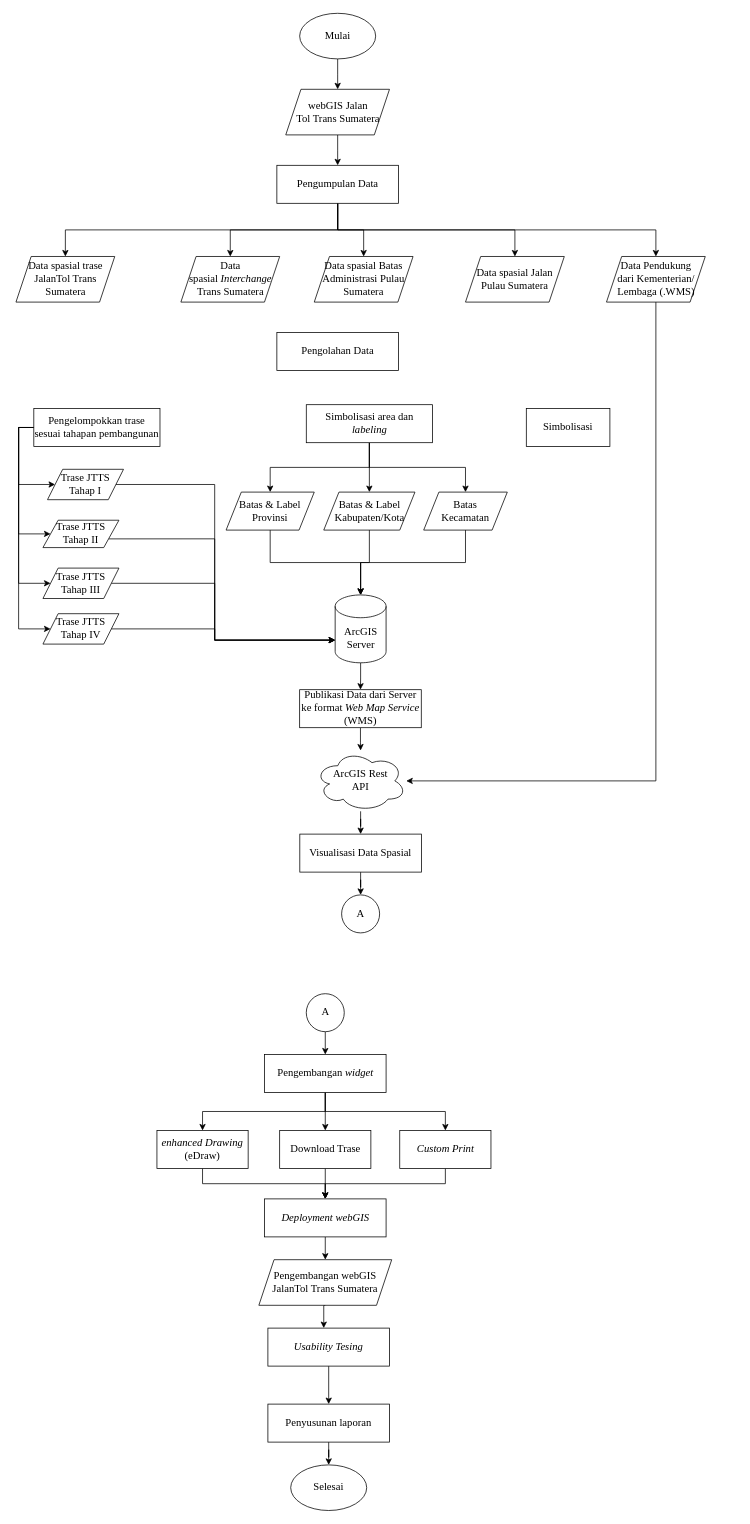
dhanyyudi/filediagramalir keeps this draw.io diagram as proposal PA Dhany Rev-2.drawio. Above is the earlier version. Source tidied: cells renumbered, new cells numbered last; positions are measured from the earlier drawing's top-left corner, leaving out a move shared by most shapes. Both pictures are drawn from the tidied source at 76%, with x=0, y=0 at pixel (15, 13).
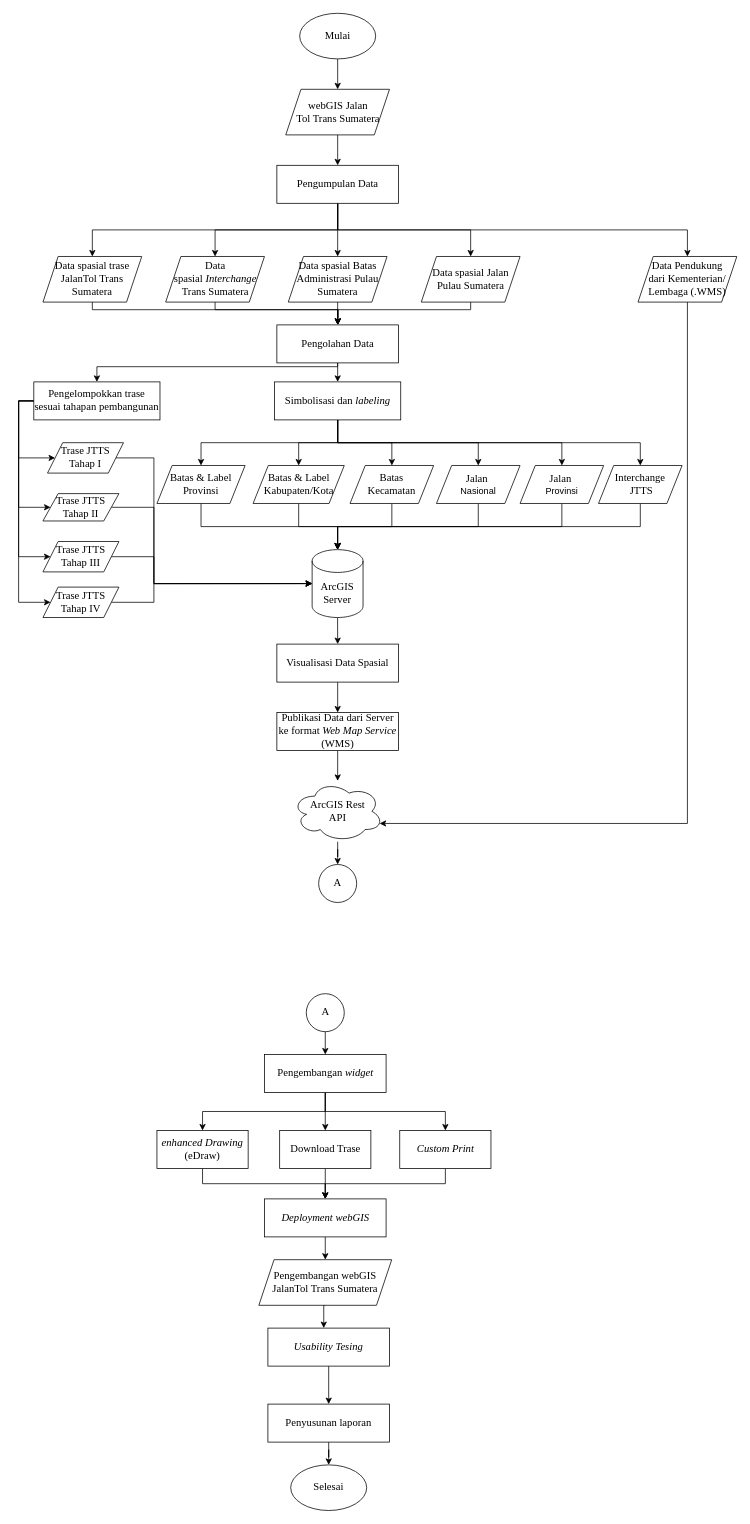
The same diagram, later.

The edit, as a diff of the source:
```diff
@@
+    <mxCell id="74" style="edgeStyle=orthogonalEdgeStyle;rounded=0;jettySize=auto;html=1;exitX=0.5;exitY=1;exitDx=0;exitDy=0;entryX=0.5;entryY=0;entryDx=0;entryDy=0;" parent="1" edge="1" source="10" target="42">
+      <mxGeometry relative="1" as="geometry" />
+    </mxCell>
+    <mxCell id="75" style="edgeStyle=orthogonalEdgeStyle;rounded=0;jettySize=auto;html=1;exitX=0.5;exitY=1;exitDx=0;exitDy=0;" parent="1" edge="1" source="10" target="38">
+      <mxGeometry relative="1" as="geometry">
+        <Array as="points">
+          <mxPoint x="424" y="465" />
+          <mxPoint x="107" y="465" />
+        </Array>
+      </mxGeometry>
+    </mxCell>
     <mxCell id="10" value="&lt;font style=&quot;font-size: 14px;&quot;&gt;Pengolahan Data&lt;/font&gt;" style="rounded=0;whiteSpace=wrap;html=1;fontFamily=Times New Roman;" parent="1" vertex="1">
-      <mxGeometry x="343.8" y="420" width="160" height="50" as="geometry" />
+      <mxGeometry x="343.8" y="410" width="160" height="50" as="geometry" />
     </mxCell>
-    <mxCell id="11" style="edgeStyle=orthogonalEdgeStyle;rounded=0;jettySize=auto;html=1;" parent="1" edge="1" source="12" target="62">
-      <mxGeometry relative="1" as="geometry" />
-    </mxCell>
-    <mxCell id="12" value="&lt;font style=&quot;font-size: 14px;&quot;&gt;Publikasi Data dari Server ke format &lt;i&gt;Web Map Service&lt;/i&gt; (WMS)&lt;/font&gt;" style="rounded=0;whiteSpace=wrap;html=1;fontFamily=Times New Roman;" parent="1" vertex="1">
-      <mxGeometry x="373.8" y="890" width="160" height="50" as="geometry" />
-    </mxCell>
-    <mxCell id="13" style="edgeStyle=orthogonalEdgeStyle;rounded=0;jettySize=auto;html=1;exitX=0.5;exitY=1;exitDx=0;exitDy=0;exitPerimeter=0;" parent="1" edge="1" source="14" target="12">
-      <mxGeometry relative="1" as="geometry" />
-    </mxCell>
+    <mxCell id="76" style="edgeStyle=orthogonalEdgeStyle;rounded=0;jettySize=auto;html=1;exitX=0.5;exitY=1;exitDx=0;exitDy=0;exitPerimeter=0;entryX=0.5;entryY=0;entryDx=0;entryDy=0;" parent="1" edge="1" source="14" target="27">
+      <mxGeometry relative="1" as="geometry" />
+    </mxCell>
     <mxCell id="14" value="&lt;font face=&quot;Times New Roman&quot; style=&quot;font-size: 14px;&quot;&gt;ArcGIS Server&lt;/font&gt;" style="shape=cylinder3;whiteSpace=wrap;html=1;boundedLbl=1;backgroundOutline=1;size=15;" parent="1" vertex="1">
-      <mxGeometry x="420.5" y="765.3" width="67" height="89.3" as="geometry" />
+      <mxGeometry x="390.2" y="705.7" width="67" height="89.3" as="geometry" />
     </mxCell>
+    <mxCell id="77" style="edgeStyle=orthogonalEdgeStyle;rounded=0;jettySize=auto;html=1;exitX=0.5;exitY=1;exitDx=0;exitDy=0;" parent="1" edge="1" source="15" target="10">
+      <mxGeometry relative="1" as="geometry">
+        <Array as="points">
+          <mxPoint x="101" y="390" />
+          <mxPoint x="424" y="390" />
+        </Array>
+      </mxGeometry>
+    </mxCell>
     <mxCell id="15" value="&lt;font face=&quot;Times New Roman&quot; style=&quot;font-size: 14px;&quot;&gt;Data spasial trase JalanTol Trans &lt;br&gt;Sumatera&lt;/font&gt;" style="shape=parallelogram;perimeter=parallelogramPerimeter;whiteSpace=wrap;html=1;fixedSize=1;" parent="1" vertex="1">
-      <mxGeometry x="0.5" y="320" width="130" height="60" as="geometry" />
+      <mxGeometry x="36" y="320" width="130" height="60" as="geometry" />
     </mxCell>
-    <mxCell id="16" style="edgeStyle=orthogonalEdgeStyle;rounded=0;jettySize=auto;html=1;exitX=1;exitY=0.5;exitDx=0;exitDy=0;entryX=0;entryY=0;entryDx=0;entryDy=59.4975;entryPerimeter=0;" parent="1" edge="1" source="17" target="14">
+    <mxCell id="16" style="edgeStyle=orthogonalEdgeStyle;rounded=0;jettySize=auto;html=1;exitX=1;exitY=0.5;exitDx=0;exitDy=0;entryX=0;entryY=0.5;entryDx=0;entryDy=0;entryPerimeter=0;" parent="1" edge="1" source="17" target="14">
       <mxGeometry relative="1" as="geometry">
         <Array as="points">
-          <mxPoint x="262" y="620" />
-          <mxPoint x="262" y="825" />
+          <mxPoint x="182" y="585" />
+          <mxPoint x="182" y="750" />
         </Array>
       </mxGeometry>
     </mxCell>
     <mxCell id="17" value="&lt;font face=&quot;Times New Roman&quot;&gt;&lt;span style=&quot;font-size: 14px;&quot;&gt;Trase JTTS Tahap I&lt;/span&gt;&lt;/font&gt;" style="shape=parallelogram;perimeter=parallelogramPerimeter;whiteSpace=wrap;html=1;fixedSize=1;" parent="1" vertex="1">
-      <mxGeometry x="42" y="600" width="100" height="40" as="geometry" />
+      <mxGeometry x="42" y="565" width="100" height="40" as="geometry" />
     </mxCell>
-    <mxCell id="18" style="edgeStyle=orthogonalEdgeStyle;rounded=0;jettySize=auto;html=1;exitX=1;exitY=0.75;exitDx=0;exitDy=0;entryX=0;entryY=0;entryDx=0;entryDy=59.4975;entryPerimeter=0;" parent="1" edge="1" source="19" target="14">
+    <mxCell id="18" style="edgeStyle=orthogonalEdgeStyle;rounded=0;jettySize=auto;html=1;exitX=1;exitY=0.5;exitDx=0;exitDy=0;entryX=0;entryY=0.5;entryDx=0;entryDy=0;entryPerimeter=0;" parent="1" edge="1" source="19" target="14">
       <mxGeometry relative="1" as="geometry">
         <Array as="points">
-          <mxPoint x="262" y="692" />
-          <mxPoint x="262" y="825" />
+          <mxPoint x="182" y="650" />
+          <mxPoint x="182" y="750" />
         </Array>
       </mxGeometry>
     </mxCell>
     <mxCell id="19" value="&lt;font face=&quot;Times New Roman&quot;&gt;&lt;span style=&quot;font-size: 14px;&quot;&gt;Trase JTTS Tahap II&lt;/span&gt;&lt;/font&gt;" style="shape=parallelogram;perimeter=parallelogramPerimeter;whiteSpace=wrap;html=1;fixedSize=1;" parent="1" vertex="1">
-      <mxGeometry x="36" y="667" width="100" height="36" as="geometry" />
+      <mxGeometry x="36" y="632" width="100" height="36" as="geometry" />
     </mxCell>
-    <mxCell id="20" style="edgeStyle=orthogonalEdgeStyle;rounded=0;jettySize=auto;html=1;exitX=1;exitY=0.5;exitDx=0;exitDy=0;entryX=0;entryY=0;entryDx=0;entryDy=59.4975;entryPerimeter=0;" parent="1" edge="1" source="21" target="14">
+    <mxCell id="20" style="edgeStyle=orthogonalEdgeStyle;rounded=0;jettySize=auto;html=1;exitX=1;exitY=0.5;exitDx=0;exitDy=0;entryX=0;entryY=0.5;entryDx=0;entryDy=0;entryPerimeter=0;" parent="1" edge="1" source="21" target="14">
       <mxGeometry relative="1" as="geometry">
         <Array as="points">
-          <mxPoint x="262" y="750" />
-          <mxPoint x="262" y="825" />
+          <mxPoint x="182" y="715" />
+          <mxPoint x="182" y="750" />
         </Array>
       </mxGeometry>
     </mxCell>
     <mxCell id="21" value="&lt;font face=&quot;Times New Roman&quot;&gt;&lt;span style=&quot;font-size: 14px;&quot;&gt;Trase JTTS Tahap III&lt;/span&gt;&lt;/font&gt;" style="shape=parallelogram;perimeter=parallelogramPerimeter;whiteSpace=wrap;html=1;fixedSize=1;" parent="1" vertex="1">
-      <mxGeometry x="36" y="730" width="100" height="40" as="geometry" />
+      <mxGeometry x="36" y="695" width="100" height="40" as="geometry" />
     </mxCell>
-    <mxCell id="22" style="edgeStyle=orthogonalEdgeStyle;rounded=0;jettySize=auto;html=1;exitX=1;exitY=0.5;exitDx=0;exitDy=0;entryX=0;entryY=0;entryDx=0;entryDy=59.4975;entryPerimeter=0;" parent="1" edge="1" source="23" target="14">
+    <mxCell id="22" style="edgeStyle=orthogonalEdgeStyle;rounded=0;jettySize=auto;html=1;exitX=1;exitY=0.5;exitDx=0;exitDy=0;entryX=0;entryY=0.5;entryDx=0;entryDy=0;entryPerimeter=0;" parent="1" edge="1" source="23" target="14">
       <mxGeometry relative="1" as="geometry">
         <Array as="points">
-          <mxPoint x="262" y="810" />
-          <mxPoint x="262" y="825" />
+          <mxPoint x="182" y="775" />
+          <mxPoint x="182" y="750" />
         </Array>
       </mxGeometry>
     </mxCell>
     <mxCell id="23" value="&lt;font face=&quot;Times New Roman&quot;&gt;&lt;span style=&quot;font-size: 14px;&quot;&gt;Trase JTTS Tahap IV&lt;/span&gt;&lt;/font&gt;" style="shape=parallelogram;perimeter=parallelogramPerimeter;whiteSpace=wrap;html=1;fixedSize=1;" parent="1" vertex="1">
-      <mxGeometry x="36" y="790" width="100" height="40" as="geometry" />
+      <mxGeometry x="36" y="755" width="100" height="40" as="geometry" />
     </mxCell>
+    <mxCell id="78" style="edgeStyle=orthogonalEdgeStyle;rounded=0;jettySize=auto;html=1;exitX=0.5;exitY=1;exitDx=0;exitDy=0;" parent="1" edge="1" source="24" target="10">
+      <mxGeometry relative="1" as="geometry">
+        <Array as="points">
+          <mxPoint x="262" y="390" />
+          <mxPoint x="424" y="390" />
+        </Array>
+      </mxGeometry>
+    </mxCell>
     <mxCell id="24" value="&lt;font face=&quot;Times New Roman&quot; style=&quot;font-size: 14px;&quot;&gt;Data spasial&amp;nbsp;&lt;i&gt;Interchange&lt;/i&gt; Trans Sumatera&lt;/font&gt;" style="shape=parallelogram;perimeter=parallelogramPerimeter;whiteSpace=wrap;html=1;fixedSize=1;" parent="1" vertex="1">
-      <mxGeometry x="217.5" y="320" width="130" height="60" as="geometry" />
+      <mxGeometry x="197.5" y="320" width="130" height="60" as="geometry" />
     </mxCell>
+    <mxCell id="79" style="edgeStyle=orthogonalEdgeStyle;rounded=0;jettySize=auto;html=1;" parent="1" edge="1" source="25" target="10">
+      <mxGeometry relative="1" as="geometry" />
+    </mxCell>
     <mxCell id="25" value="&lt;font face=&quot;Times New Roman&quot; style=&quot;font-size: 14px;&quot;&gt;Data spasial Batas Administrasi Pulau Sumatera&lt;/font&gt;" style="shape=parallelogram;perimeter=parallelogramPerimeter;whiteSpace=wrap;html=1;fixedSize=1;" parent="1" vertex="1">
-      <mxGeometry x="393" y="320" width="130" height="60" as="geometry" />
+      <mxGeometry x="358.8" y="320" width="130" height="60" as="geometry" />
     </mxCell>
-    <mxCell id="26" style="edgeStyle=orthogonalEdgeStyle;rounded=0;jettySize=auto;html=1;" parent="1" edge="1" source="27" target="65">
-      <mxGeometry relative="1" as="geometry" />
-    </mxCell>
-    <mxCell id="27" value="&lt;span style=&quot;font-size: 14px;&quot;&gt;Visualisasi Data Spasial&lt;/span&gt;" style="rounded=0;whiteSpace=wrap;html=1;fontFamily=Times New Roman;" parent="1" vertex="1">
-      <mxGeometry x="374" y="1080" width="160" height="50" as="geometry" />
-    </mxCell>
-    <mxCell id="28" style="edgeStyle=orthogonalEdgeStyle;rounded=0;jettySize=auto;html=1;exitX=0.5;exitY=1;exitDx=0;exitDy=0;" parent="1" edge="1" source="29" target="14">
+    <mxCell id="28" style="edgeStyle=orthogonalEdgeStyle;rounded=0;jettySize=auto;html=1;exitX=0.5;exitY=1;exitDx=0;exitDy=0;entryX=0.5;entryY=0;entryDx=0;entryDy=0;entryPerimeter=0;" parent="1" edge="1" source="29" target="14">
       <mxGeometry relative="1" as="geometry" />
     </mxCell>
     <mxCell id="29" value="&lt;font face=&quot;Times New Roman&quot;&gt;&lt;span style=&quot;font-size: 14px;&quot;&gt;Batas &amp;amp; Label Provinsi&lt;/span&gt;&lt;/font&gt;" style="shape=parallelogram;perimeter=parallelogramPerimeter;whiteSpace=wrap;html=1;fixedSize=1;" parent="1" vertex="1">
-      <mxGeometry x="277" y="630" width="116" height="50" as="geometry" />
+      <mxGeometry x="186" y="595" width="116" height="50" as="geometry" />
     </mxCell>
@@
     <mxCell id="31" value="&lt;font face=&quot;Times New Roman&quot;&gt;&lt;span style=&quot;font-size: 14px;&quot;&gt;Batas &amp;amp; Label Kabupaten/Kota&lt;/span&gt;&lt;/font&gt;" style="shape=parallelogram;perimeter=parallelogramPerimeter;whiteSpace=wrap;html=1;fixedSize=1;" parent="1" vertex="1">
-      <mxGeometry x="405.5" y="630" width="120" height="50" as="geometry" />
+      <mxGeometry x="312.5" y="595" width="120" height="50" as="geometry" />
     </mxCell>
@@
     <mxCell id="33" value="&lt;font face=&quot;Times New Roman&quot;&gt;&lt;span style=&quot;font-size: 14px;&quot;&gt;Batas &lt;br&gt;Kecamatan&lt;/span&gt;&lt;/font&gt;" style="shape=parallelogram;perimeter=parallelogramPerimeter;whiteSpace=wrap;html=1;fixedSize=1;" parent="1" vertex="1">
-      <mxGeometry x="537" y="630" width="110" height="50" as="geometry" />
+      <mxGeometry x="440.1" y="595" width="110" height="50" as="geometry" />
     </mxCell>
     <mxCell id="34" style="edgeStyle=orthogonalEdgeStyle;rounded=0;jettySize=auto;html=1;exitX=0;exitY=0.5;exitDx=0;exitDy=0;entryX=0;entryY=0.5;entryDx=0;entryDy=0;" parent="1" edge="1" source="38" target="17">
       <mxGeometry relative="1" as="geometry">
         <Array as="points">
-          <mxPoint x="4" y="545" />
-          <mxPoint x="4" y="620" />
+          <mxPoint x="4" y="510" />
+          <mxPoint x="4" y="585" />
         </Array>
       </mxGeometry>
     </mxCell>
     <mxCell id="35" style="edgeStyle=orthogonalEdgeStyle;rounded=0;jettySize=auto;html=1;exitX=0;exitY=0.5;exitDx=0;exitDy=0;entryX=0;entryY=0.5;entryDx=0;entryDy=0;" parent="1" edge="1" source="38" target="19">
       <mxGeometry relative="1" as="geometry">
         <Array as="points">
-          <mxPoint x="4" y="545" />
-          <mxPoint x="4" y="685" />
+          <mxPoint x="4" y="510" />
+          <mxPoint x="4" y="650" />
         </Array>
       </mxGeometry>
     </mxCell>
     <mxCell id="36" style="edgeStyle=orthogonalEdgeStyle;rounded=0;jettySize=auto;html=1;exitX=0;exitY=0.5;exitDx=0;exitDy=0;entryX=0;entryY=0.5;entryDx=0;entryDy=0;" parent="1" edge="1" source="38" target="21">
       <mxGeometry relative="1" as="geometry">
         <Array as="points">
-          <mxPoint x="4" y="545" />
-          <mxPoint x="4" y="750" />
+          <mxPoint x="4" y="510" />
+          <mxPoint x="4" y="715" />
         </Array>
       </mxGeometry>
     </mxCell>
     <mxCell id="37" style="edgeStyle=orthogonalEdgeStyle;rounded=0;jettySize=auto;html=1;exitX=0;exitY=0.5;exitDx=0;exitDy=0;entryX=0;entryY=0.5;entryDx=0;entryDy=0;" parent="1" edge="1" source="38" target="23">
       <mxGeometry relative="1" as="geometry">
         <Array as="points">
-          <mxPoint x="4" y="545" />
-          <mxPoint x="4" y="810" />
+          <mxPoint x="4" y="510" />
+          <mxPoint x="4" y="775" />
         </Array>
       </mxGeometry>
     </mxCell>
     <mxCell id="38" value="&lt;font style=&quot;font-size: 14px;&quot;&gt;Pengelompokkan trase sesuai tahapan pembangunan&lt;/font&gt;" style="rounded=0;whiteSpace=wrap;html=1;fontFamily=Times New Roman;" parent="1" vertex="1">
-      <mxGeometry x="24" y="520" width="166" height="50" as="geometry" />
+      <mxGeometry x="24" y="485" width="166" height="50" as="geometry" />
     </mxCell>
+    <mxCell id="40" style="edgeStyle=orthogonalEdgeStyle;rounded=0;jettySize=auto;html=1;exitX=0.5;exitY=1;exitDx=0;exitDy=0;" parent="1" edge="1" source="42" target="29">
+      <mxGeometry relative="1" as="geometry" />
+    </mxCell>
@@
-    <mxCell id="40" style="edgeStyle=orthogonalEdgeStyle;rounded=0;jettySize=auto;html=1;exitX=0.5;exitY=1;exitDx=0;exitDy=0;entryX=0.5;entryY=0;entryDx=0;entryDy=0;" parent="1" edge="1" source="42" target="29">
-      <mxGeometry relative="1" as="geometry" />
-    </mxCell>
-    <mxCell id="41" style="edgeStyle=orthogonalEdgeStyle;rounded=0;jettySize=auto;html=1;exitX=0.5;exitY=1;exitDx=0;exitDy=0;entryX=0.5;entryY=0;entryDx=0;entryDy=0;" parent="1" edge="1" source="42" target="33">
+    <mxCell id="41" style="edgeStyle=orthogonalEdgeStyle;rounded=0;jettySize=auto;html=1;exitX=0.5;exitY=1;exitDx=0;exitDy=0;" parent="1" edge="1" source="42" target="33">
       <mxGeometry relative="1" as="geometry" />
     </mxCell>
+    <mxCell id="80" style="edgeStyle=orthogonalEdgeStyle;rounded=0;jettySize=auto;html=1;exitX=0.5;exitY=1;exitDx=0;exitDy=0;" parent="1" edge="1" source="42" target="86">
+      <mxGeometry relative="1" as="geometry" />
+    </mxCell>
+    <mxCell id="81" style="edgeStyle=orthogonalEdgeStyle;rounded=0;jettySize=auto;html=1;exitX=0.5;exitY=1;exitDx=0;exitDy=0;" parent="1" edge="1" source="42" target="88">
+      <mxGeometry relative="1" as="geometry" />
+    </mxCell>
+    <mxCell id="82" style="edgeStyle=orthogonalEdgeStyle;rounded=0;jettySize=auto;html=1;exitX=0.5;exitY=1;exitDx=0;exitDy=0;" parent="1" edge="1" source="42" target="90">
+      <mxGeometry relative="1" as="geometry" />
+    </mxCell>
-    <mxCell id="42" value="&lt;span style=&quot;font-size: 14px;&quot;&gt;Simbolisasi area dan &lt;i&gt;labeling&lt;/i&gt;&lt;/span&gt;" style="rounded=0;whiteSpace=wrap;html=1;fontFamily=Times New Roman;" parent="1" vertex="1">
-      <mxGeometry x="382.5" y="515" width="166" height="50" as="geometry" />
+    <mxCell id="42" value="&lt;span style=&quot;font-size: 14px;&quot;&gt;Simbolisasi dan &lt;i&gt;labeling&lt;/i&gt;&lt;/span&gt;" style="rounded=0;whiteSpace=wrap;html=1;fontFamily=Times New Roman;" parent="1" vertex="1">
+      <mxGeometry x="340.8" y="485" width="166" height="50" as="geometry" />
     </mxCell>
@@
-    <mxCell id="61" style="edgeStyle=orthogonalEdgeStyle;rounded=0;jettySize=auto;html=1;" parent="1" edge="1" source="62" target="27">
-      <mxGeometry relative="1" as="geometry" />
-    </mxCell>
+    <mxCell id="83" style="edgeStyle=orthogonalEdgeStyle;rounded=0;jettySize=auto;html=1;" parent="1" edge="1" source="62" target="65">
+      <mxGeometry relative="1" as="geometry" />
+    </mxCell>
     <mxCell id="62" value="&lt;font face=&quot;Times New Roman&quot; style=&quot;font-size: 14px;&quot;&gt;ArcGIS Rest &lt;br&gt;API&lt;/font&gt;" style="ellipse;shape=cloud;whiteSpace=wrap;html=1;" parent="1" vertex="1">
-      <mxGeometry x="394" y="970" width="120" height="80" as="geometry" />
+      <mxGeometry x="363.8" y="1010" width="120" height="80" as="geometry" />
     </mxCell>
-    <mxCell id="63" style="edgeStyle=orthogonalEdgeStyle;rounded=0;jettySize=auto;html=1;exitX=0.5;exitY=1;exitDx=0;exitDy=0;" parent="1" edge="1" source="64" target="62">
+    <mxCell id="63" style="edgeStyle=orthogonalEdgeStyle;rounded=0;jettySize=auto;html=1;exitX=0.5;exitY=1;exitDx=0;exitDy=0;entryX=0.96;entryY=0.7;entryDx=0;entryDy=0;entryPerimeter=0;" parent="1" edge="1" source="64" target="62">
       <mxGeometry relative="1" as="geometry">
         <Array as="points">
-          <mxPoint x="842" y="1010" />
+          <mxPoint x="884" y="1066" />
         </Array>
       </mxGeometry>
     </mxCell>
     <mxCell id="64" value="&lt;font face=&quot;Times New Roman&quot; style=&quot;font-size: 14px;&quot;&gt;Data Pendukung &lt;br&gt;dari Kementerian/&lt;br&gt;Lembaga (.WMS)&lt;/font&gt;" style="shape=parallelogram;perimeter=parallelogramPerimeter;whiteSpace=wrap;html=1;fixedSize=1;" parent="1" vertex="1">
-      <mxGeometry x="777.5" y="320" width="130" height="60" as="geometry" />
+      <mxGeometry x="819" y="320" width="130" height="60" as="geometry" />
     </mxCell>
     <mxCell id="65" value="&lt;font style=&quot;font-size: 14px;&quot; face=&quot;Times New Roman&quot;&gt;A&lt;/font&gt;" style="ellipse;whiteSpace=wrap;html=1;" parent="1" vertex="1">
-      <mxGeometry x="429" y="1160" width="50" height="50" as="geometry" />
+      <mxGeometry x="398.8" y="1120" width="50" height="50" as="geometry" />
     </mxCell>
@@
+    <mxCell id="84" style="edgeStyle=orthogonalEdgeStyle;rounded=0;jettySize=auto;html=1;exitX=0.5;exitY=1;exitDx=0;exitDy=0;" parent="1" edge="1" source="72" target="10">
+      <mxGeometry relative="1" as="geometry">
+        <Array as="points">
+          <mxPoint x="599" y="390" />
+          <mxPoint x="424" y="390" />
+        </Array>
+      </mxGeometry>
+    </mxCell>
     <mxCell id="72" value="&lt;font face=&quot;Times New Roman&quot;&gt;&lt;span style=&quot;font-size: 14px;&quot;&gt;Data spasial Jalan Pulau Sumatera&lt;/span&gt;&lt;/font&gt;" style="shape=parallelogram;perimeter=parallelogramPerimeter;whiteSpace=wrap;html=1;fixedSize=1;" parent="1" vertex="1">
-      <mxGeometry x="592" y="320" width="130" height="60" as="geometry" />
+      <mxGeometry x="533.8" y="320" width="130" height="60" as="geometry" />
     </mxCell>
-    <mxCell id="73" value="&lt;span style=&quot;font-size: 14px;&quot;&gt;Simbolisasi&lt;/span&gt;" style="rounded=0;whiteSpace=wrap;html=1;fontFamily=Times New Roman;" parent="1" vertex="1">
-      <mxGeometry x="672" y="520" width="110" height="50" as="geometry" />
-    </mxCell>
+    <mxCell id="85" style="edgeStyle=orthogonalEdgeStyle;rounded=0;jettySize=auto;html=1;exitX=0.5;exitY=1;exitDx=0;exitDy=0;entryX=0.5;entryY=0;entryDx=0;entryDy=0;entryPerimeter=0;" parent="1" edge="1" source="86" target="14">
+      <mxGeometry relative="1" as="geometry" />
+    </mxCell>
+    <mxCell id="86" value="&lt;font face=&quot;Times New Roman&quot;&gt;&lt;span style=&quot;font-size: 14px;&quot;&gt;Jalan&amp;nbsp;&lt;br&gt;&lt;/span&gt;&lt;/font&gt;Nasional" style="shape=parallelogram;perimeter=parallelogramPerimeter;whiteSpace=wrap;html=1;fixedSize=1;" parent="1" vertex="1">
+      <mxGeometry x="553.8" y="595" width="110" height="50" as="geometry" />
+    </mxCell>
+    <mxCell id="87" style="edgeStyle=orthogonalEdgeStyle;rounded=0;jettySize=auto;html=1;exitX=0.5;exitY=1;exitDx=0;exitDy=0;entryX=0.5;entryY=0;entryDx=0;entryDy=0;entryPerimeter=0;" parent="1" edge="1" source="88" target="14">
+      <mxGeometry relative="1" as="geometry" />
+    </mxCell>
+    <mxCell id="88" value="&lt;font face=&quot;Times New Roman&quot;&gt;&lt;span style=&quot;font-size: 14px;&quot;&gt;Jalan&amp;nbsp;&lt;br&gt;&lt;/span&gt;&lt;/font&gt;Provinsi" style="shape=parallelogram;perimeter=parallelogramPerimeter;whiteSpace=wrap;html=1;fixedSize=1;" parent="1" vertex="1">
+      <mxGeometry x="663.8" y="595" width="110" height="50" as="geometry" />
+    </mxCell>
+    <mxCell id="89" style="edgeStyle=orthogonalEdgeStyle;rounded=0;jettySize=auto;html=1;exitX=0.5;exitY=1;exitDx=0;exitDy=0;entryX=0.5;entryY=0;entryDx=0;entryDy=0;entryPerimeter=0;" parent="1" edge="1" source="90" target="14">
+      <mxGeometry relative="1" as="geometry" />
+    </mxCell>
+    <mxCell id="90" value="&lt;font face=&quot;Times New Roman&quot;&gt;&lt;span style=&quot;font-size: 14px;&quot;&gt;Interchange&lt;br&gt;&amp;nbsp;JTTS&lt;/span&gt;&lt;/font&gt;" style="shape=parallelogram;perimeter=parallelogramPerimeter;whiteSpace=wrap;html=1;fixedSize=1;" parent="1" vertex="1">
+      <mxGeometry x="767" y="595" width="110" height="50" as="geometry" />
+    </mxCell>
+    <mxCell id="91" style="edgeStyle=orthogonalEdgeStyle;rounded=0;jettySize=auto;html=1;" parent="1" edge="1" source="27" target="12">
+      <mxGeometry relative="1" as="geometry" />
+    </mxCell>
+    <mxCell id="27" value="&lt;span style=&quot;font-size: 14px;&quot;&gt;Visualisasi Data Spasial&lt;/span&gt;" style="rounded=0;whiteSpace=wrap;html=1;fontFamily=Times New Roman;" parent="1" vertex="1">
+      <mxGeometry x="343.8" y="830" width="160" height="50" as="geometry" />
+    </mxCell>
+    <mxCell id="11" style="edgeStyle=orthogonalEdgeStyle;rounded=0;jettySize=auto;html=1;" parent="1" edge="1" source="12" target="62">
+      <mxGeometry relative="1" as="geometry" />
+    </mxCell>
+    <mxCell id="12" value="&lt;font style=&quot;font-size: 14px;&quot;&gt;Publikasi Data dari Server ke format &lt;i&gt;Web Map Service&lt;/i&gt; (WMS)&lt;/font&gt;" style="rounded=0;whiteSpace=wrap;html=1;fontFamily=Times New Roman;" parent="1" vertex="1">
+      <mxGeometry x="343.8" y="920" width="160" height="50" as="geometry" />
+    </mxCell>
```
